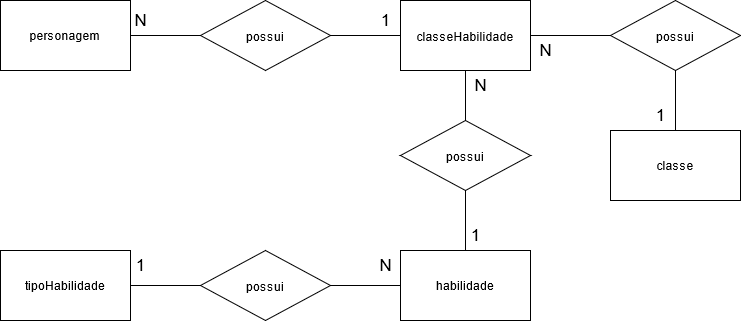
Before: modelagens/HROADS-conceitual.png, a diagram exported from draw.io (Lucas-Araujo15/HROADS). Source tidied: cells renumbered, new cells last; positions are measured from the earlier drawing's top-left corner, leaving out a move shared by most shapes. Its diagram source:
```xml
<mxGraphModel>
  <root>
    <mxCell id="0" />
    <mxCell id="1" parent="0" />
    <mxCell id="2" style="edgeStyle=orthogonalEdgeStyle;rounded=0;jettySize=auto;html=1;exitX=1;exitY=0.5;exitDx=0;exitDy=0;entryX=0;entryY=0.5;entryDx=0;entryDy=0;fontSize=17;endArrow=none;endFill=0;" parent="1" edge="1" source="3" target="10">
      <mxGeometry relative="1" as="geometry" />
    </mxCell>
    <mxCell id="3" value="personagem" style="rounded=0;whiteSpace=wrap;html=1;" parent="1" vertex="1">
      <mxGeometry width="130" height="70" as="geometry" />
    </mxCell>
    <mxCell id="4" value="classe" style="rounded=0;whiteSpace=wrap;html=1;" parent="1" vertex="1">
      <mxGeometry x="610" y="130" width="130" height="70" as="geometry" />
    </mxCell>
    <mxCell id="5" value="habilidade" style="rounded=0;whiteSpace=wrap;html=1;" parent="1" vertex="1">
      <mxGeometry x="400" y="250" width="130" height="70" as="geometry" />
    </mxCell>
    <mxCell id="6" value="tipoHabilidade" style="rounded=0;whiteSpace=wrap;html=1;" parent="1" vertex="1">
      <mxGeometry y="250" width="130" height="70" as="geometry" />
    </mxCell>
    <mxCell id="7" style="edgeStyle=orthogonalEdgeStyle;rounded=0;jettySize=auto;html=1;exitX=1;exitY=0.5;exitDx=0;exitDy=0;entryX=0;entryY=0.5;entryDx=0;entryDy=0;fontSize=17;endArrow=none;endFill=0;" parent="1" edge="1" source="8" target="12">
      <mxGeometry relative="1" as="geometry" />
    </mxCell>
    <mxCell id="8" value="&lt;font style=&quot;font-size: 12px&quot;&gt;classeHabilidade&lt;/font&gt;" style="rounded=0;whiteSpace=wrap;html=1;fontSize=17;" parent="1" vertex="1">
      <mxGeometry x="400" width="130" height="70" as="geometry" />
    </mxCell>
    <mxCell id="9" style="edgeStyle=orthogonalEdgeStyle;rounded=0;jettySize=auto;html=1;exitX=1;exitY=0.5;exitDx=0;exitDy=0;entryX=0;entryY=0.5;entryDx=0;entryDy=0;fontSize=17;endArrow=none;endFill=0;" parent="1" edge="1" source="10" target="8">
      <mxGeometry relative="1" as="geometry" />
    </mxCell>
    <mxCell id="10" value="&lt;font style=&quot;font-size: 12px&quot;&gt;possui&lt;/font&gt;" style="rhombus;whiteSpace=wrap;html=1;fontSize=17;" parent="1" vertex="1">
      <mxGeometry x="200" width="130" height="70" as="geometry" />
    </mxCell>
    <mxCell id="11" style="edgeStyle=orthogonalEdgeStyle;rounded=0;jettySize=auto;html=1;exitX=0.5;exitY=1;exitDx=0;exitDy=0;entryX=0.5;entryY=0;entryDx=0;entryDy=0;fontSize=17;endArrow=none;endFill=0;" parent="1" edge="1" source="12" target="4">
      <mxGeometry relative="1" as="geometry" />
    </mxCell>
    <mxCell id="12" value="&lt;font style=&quot;font-size: 12px&quot;&gt;possui&lt;/font&gt;" style="rhombus;whiteSpace=wrap;html=1;fontSize=17;" parent="1" vertex="1">
      <mxGeometry x="610" width="130" height="70" as="geometry" />
    </mxCell>
    <mxCell id="13" style="edgeStyle=orthogonalEdgeStyle;rounded=0;jettySize=auto;html=1;exitX=0.5;exitY=0;exitDx=0;exitDy=0;entryX=0.5;entryY=1;entryDx=0;entryDy=0;fontSize=17;endArrow=none;endFill=0;" parent="1" edge="1" source="15" target="8">
      <mxGeometry relative="1" as="geometry" />
    </mxCell>
    <mxCell id="14" style="edgeStyle=orthogonalEdgeStyle;rounded=0;jettySize=auto;html=1;exitX=0.5;exitY=1;exitDx=0;exitDy=0;entryX=0.5;entryY=0;entryDx=0;entryDy=0;fontSize=17;endArrow=none;endFill=0;" parent="1" edge="1" source="15" target="5">
      <mxGeometry relative="1" as="geometry" />
    </mxCell>
    <mxCell id="15" value="&lt;font style=&quot;font-size: 12px&quot;&gt;possui&lt;/font&gt;" style="rhombus;whiteSpace=wrap;html=1;fontSize=17;" parent="1" vertex="1">
      <mxGeometry x="400" y="120" width="130" height="70" as="geometry" />
    </mxCell>
    <mxCell id="16" style="edgeStyle=orthogonalEdgeStyle;rounded=0;jettySize=auto;html=1;exitX=1;exitY=0.5;exitDx=0;exitDy=0;entryX=0;entryY=0.5;entryDx=0;entryDy=0;fontSize=17;endArrow=none;endFill=0;" parent="1" edge="1" source="18" target="5">
      <mxGeometry relative="1" as="geometry" />
    </mxCell>
    <mxCell id="17" style="edgeStyle=orthogonalEdgeStyle;rounded=0;jettySize=auto;html=1;exitX=0;exitY=0.5;exitDx=0;exitDy=0;entryX=1;entryY=0.5;entryDx=0;entryDy=0;fontSize=17;endArrow=none;endFill=0;" parent="1" edge="1" source="18" target="6">
      <mxGeometry relative="1" as="geometry" />
    </mxCell>
    <mxCell id="18" value="&lt;font style=&quot;font-size: 12px&quot;&gt;possui&lt;/font&gt;" style="rhombus;whiteSpace=wrap;html=1;fontSize=17;" parent="1" vertex="1">
      <mxGeometry x="200" y="250" width="130" height="70" as="geometry" />
    </mxCell>
    <mxCell id="19" value="N" style="text;html=1;align=center;verticalAlign=middle;strokeColor=none;fontSize=17;" parent="1" vertex="1">
      <mxGeometry x="125" y="5" width="30" height="30" as="geometry" />
    </mxCell>
    <mxCell id="20" value="1" style="text;html=1;align=center;verticalAlign=middle;strokeColor=none;fontSize=17;" parent="1" vertex="1">
      <mxGeometry x="375" y="5" width="20" height="30" as="geometry" />
    </mxCell>
    <mxCell id="21" value="N" style="text;html=1;align=center;verticalAlign=middle;strokeColor=none;fontSize=17;" parent="1" vertex="1">
      <mxGeometry x="465" y="70" width="30" height="30" as="geometry" />
    </mxCell>
    <mxCell id="22" value="1" style="text;html=1;align=center;verticalAlign=middle;strokeColor=none;fontSize=17;" parent="1" vertex="1">
      <mxGeometry x="465" y="220" width="20" height="30" as="geometry" />
    </mxCell>
    <mxCell id="23" value="1" style="text;html=1;align=center;verticalAlign=middle;strokeColor=none;fontSize=17;" parent="1" vertex="1">
      <mxGeometry x="650" y="100" width="20" height="30" as="geometry" />
    </mxCell>
    <mxCell id="24" value="N" style="text;html=1;align=center;verticalAlign=middle;strokeColor=none;fontSize=17;" parent="1" vertex="1">
      <mxGeometry x="530" y="35" width="30" height="30" as="geometry" />
    </mxCell>
    <mxCell id="25" value="1" style="text;html=1;align=center;verticalAlign=middle;strokeColor=none;fontSize=17;" parent="1" vertex="1">
      <mxGeometry x="130" y="250" width="20" height="30" as="geometry" />
    </mxCell>
    <mxCell id="26" value="N" style="text;html=1;align=center;verticalAlign=middle;strokeColor=none;fontSize=17;" parent="1" vertex="1">
      <mxGeometry x="370" y="250" width="30" height="30" as="geometry" />
    </mxCell>
  </root>
</mxGraphModel>
```
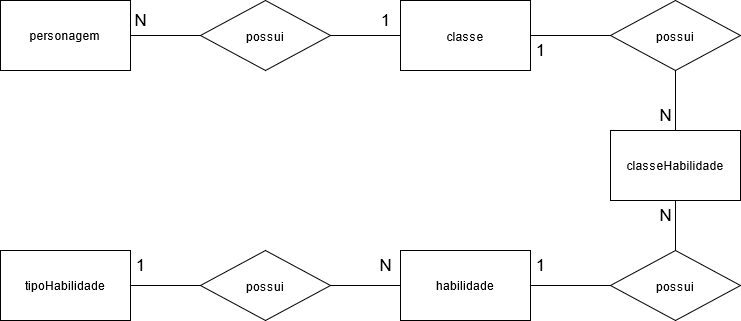
After the commit.

The edit, as a diff of the source:
```diff
@@ -8,9 +8,15 @@
     <mxCell id="3" value="personagem" style="rounded=0;whiteSpace=wrap;html=1;" parent="1" vertex="1">
       <mxGeometry width="130" height="70" as="geometry" />
     </mxCell>
+    <mxCell id="27" style="edgeStyle=orthogonalEdgeStyle;rounded=0;jettySize=auto;html=1;exitX=0.5;exitY=1;exitDx=0;exitDy=0;entryX=0.5;entryY=0;entryDx=0;entryDy=0;fontSize=17;endArrow=none;endFill=0;" parent="1" edge="1" source="4" target="15">
+      <mxGeometry relative="1" as="geometry" />
+    </mxCell>
-    <mxCell id="4" value="classe" style="rounded=0;whiteSpace=wrap;html=1;" parent="1" vertex="1">
+    <mxCell id="4" value="classeHabilidade" style="rounded=0;whiteSpace=wrap;html=1;" parent="1" vertex="1">
       <mxGeometry x="610" y="130" width="130" height="70" as="geometry" />
     </mxCell>
+    <mxCell id="28" style="edgeStyle=orthogonalEdgeStyle;rounded=0;jettySize=auto;html=1;exitX=1;exitY=0.5;exitDx=0;exitDy=0;entryX=0;entryY=0.5;entryDx=0;entryDy=0;fontSize=17;endArrow=none;endFill=0;" parent="1" edge="1" source="5" target="15">
+      <mxGeometry relative="1" as="geometry" />
+    </mxCell>
     <mxCell id="5" value="habilidade" style="rounded=0;whiteSpace=wrap;html=1;" parent="1" vertex="1">
       <mxGeometry x="400" y="250" width="130" height="70" as="geometry" />
     </mxCell>
@@ -20,7 +26,7 @@
     <mxCell id="7" style="edgeStyle=orthogonalEdgeStyle;rounded=0;jettySize=auto;html=1;exitX=1;exitY=0.5;exitDx=0;exitDy=0;entryX=0;entryY=0.5;entryDx=0;entryDy=0;fontSize=17;endArrow=none;endFill=0;" parent="1" edge="1" source="8" target="12">
       <mxGeometry relative="1" as="geometry" />
     </mxCell>
-    <mxCell id="8" value="&lt;font style=&quot;font-size: 12px&quot;&gt;classeHabilidade&lt;/font&gt;" style="rounded=0;whiteSpace=wrap;html=1;fontSize=17;" parent="1" vertex="1">
+    <mxCell id="8" value="&lt;font style=&quot;font-size: 12px&quot;&gt;classe&lt;/font&gt;" style="rounded=0;whiteSpace=wrap;html=1;fontSize=17;" parent="1" vertex="1">
       <mxGeometry x="400" width="130" height="70" as="geometry" />
     </mxCell>
     <mxCell id="9" style="edgeStyle=orthogonalEdgeStyle;rounded=0;jettySize=auto;html=1;exitX=1;exitY=0.5;exitDx=0;exitDy=0;entryX=0;entryY=0.5;entryDx=0;entryDy=0;fontSize=17;endArrow=none;endFill=0;" parent="1" edge="1" source="10" target="8">
@@ -35,15 +41,6 @@
     <mxCell id="12" value="&lt;font style=&quot;font-size: 12px&quot;&gt;possui&lt;/font&gt;" style="rhombus;whiteSpace=wrap;html=1;fontSize=17;" parent="1" vertex="1">
       <mxGeometry x="610" width="130" height="70" as="geometry" />
     </mxCell>
-    <mxCell id="13" style="edgeStyle=orthogonalEdgeStyle;rounded=0;jettySize=auto;html=1;exitX=0.5;exitY=0;exitDx=0;exitDy=0;entryX=0.5;entryY=1;entryDx=0;entryDy=0;fontSize=17;endArrow=none;endFill=0;" parent="1" edge="1" source="15" target="8">
-      <mxGeometry relative="1" as="geometry" />
-    </mxCell>
-    <mxCell id="14" style="edgeStyle=orthogonalEdgeStyle;rounded=0;jettySize=auto;html=1;exitX=0.5;exitY=1;exitDx=0;exitDy=0;entryX=0.5;entryY=0;entryDx=0;entryDy=0;fontSize=17;endArrow=none;endFill=0;" parent="1" edge="1" source="15" target="5">
-      <mxGeometry relative="1" as="geometry" />
-    </mxCell>
-    <mxCell id="15" value="&lt;font style=&quot;font-size: 12px&quot;&gt;possui&lt;/font&gt;" style="rhombus;whiteSpace=wrap;html=1;fontSize=17;" parent="1" vertex="1">
-      <mxGeometry x="400" y="120" width="130" height="70" as="geometry" />
-    </mxCell>
     <mxCell id="16" style="edgeStyle=orthogonalEdgeStyle;rounded=0;jettySize=auto;html=1;exitX=1;exitY=0.5;exitDx=0;exitDy=0;entryX=0;entryY=0.5;entryDx=0;entryDy=0;fontSize=17;endArrow=none;endFill=0;" parent="1" edge="1" source="18" target="5">
       <mxGeometry relative="1" as="geometry" />
     </mxCell>
@@ -60,16 +57,16 @@
       <mxGeometry x="375" y="5" width="20" height="30" as="geometry" />
     </mxCell>
     <mxCell id="21" value="N" style="text;html=1;align=center;verticalAlign=middle;strokeColor=none;fontSize=17;" parent="1" vertex="1">
-      <mxGeometry x="465" y="70" width="30" height="30" as="geometry" />
+      <mxGeometry x="650" y="200" width="30" height="30" as="geometry" />
     </mxCell>
     <mxCell id="22" value="1" style="text;html=1;align=center;verticalAlign=middle;strokeColor=none;fontSize=17;" parent="1" vertex="1">
-      <mxGeometry x="465" y="220" width="20" height="30" as="geometry" />
+      <mxGeometry x="530" y="250" width="20" height="30" as="geometry" />
     </mxCell>
     <mxCell id="23" value="1" style="text;html=1;align=center;verticalAlign=middle;strokeColor=none;fontSize=17;" parent="1" vertex="1">
-      <mxGeometry x="650" y="100" width="20" height="30" as="geometry" />
+      <mxGeometry x="530" y="35" width="20" height="30" as="geometry" />
     </mxCell>
     <mxCell id="24" value="N" style="text;html=1;align=center;verticalAlign=middle;strokeColor=none;fontSize=17;" parent="1" vertex="1">
-      <mxGeometry x="530" y="35" width="30" height="30" as="geometry" />
+      <mxGeometry x="650" y="100" width="30" height="30" as="geometry" />
     </mxCell>
     <mxCell id="25" value="1" style="text;html=1;align=center;verticalAlign=middle;strokeColor=none;fontSize=17;" parent="1" vertex="1">
       <mxGeometry x="130" y="250" width="20" height="30" as="geometry" />
@@ -77,5 +74,8 @@
     <mxCell id="26" value="N" style="text;html=1;align=center;verticalAlign=middle;strokeColor=none;fontSize=17;" parent="1" vertex="1">
       <mxGeometry x="370" y="250" width="30" height="30" as="geometry" />
     </mxCell>
+    <mxCell id="15" value="&lt;font style=&quot;font-size: 12px&quot;&gt;possui&lt;/font&gt;" style="rhombus;whiteSpace=wrap;html=1;fontSize=17;" parent="1" vertex="1">
+      <mxGeometry x="610" y="250" width="130" height="70" as="geometry" />
+    </mxCell>
   </root>
 </mxGraphModel>
```
